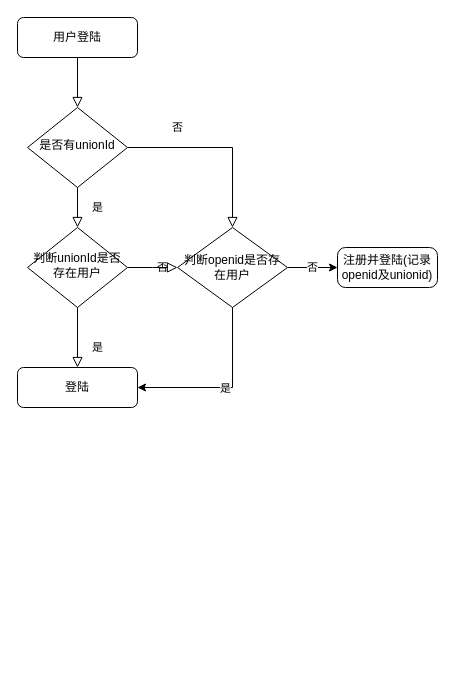
Above: Untitled Diagram.drawio in yehanming/free (draw.io), before the change. Source tidied: cells renumbered, new cells numbered last; positions are measured from the earlier drawing's top-left corner, leaving out a move shared by most shapes. Both pictures are drawn from the tidied source at 100%, with x=0, y=0 at pixel (17, 17).
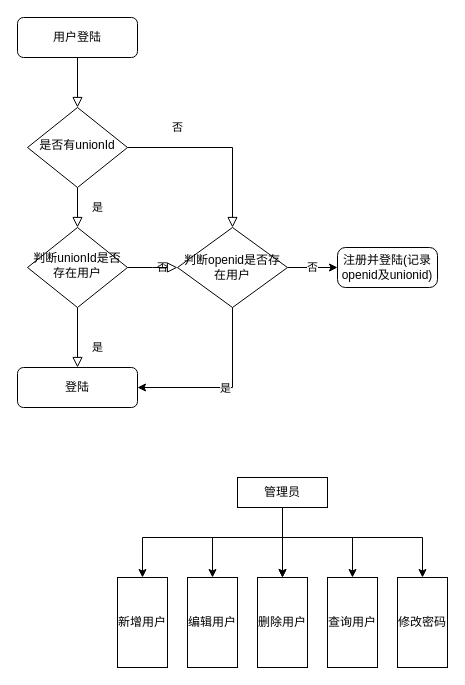
The same page after the edit.

What changed in the source:
```diff
@@
+    <mxCell id="16" style="edgeStyle=orthogonalEdgeStyle;rounded=0;jettySize=auto;html=1;exitX=0.5;exitY=1;exitDx=0;exitDy=0;entryX=0.5;entryY=0;entryDx=0;entryDy=0;" parent="1" edge="1" source="18" target="19">
+      <mxGeometry relative="1" as="geometry">
+        <Array as="points">
+          <mxPoint x="265" y="520" />
+          <mxPoint x="125" y="520" />
+        </Array>
+      </mxGeometry>
+    </mxCell>
+    <mxCell id="17" style="edgeStyle=none;rounded=0;jettySize=auto;html=1;" parent="1" edge="1" source="18" target="21">
+      <mxGeometry relative="1" as="geometry" />
+    </mxCell>
+    <mxCell id="18" value="管理员&lt;br&gt;" style="rounded=0;whiteSpace=wrap;html=1;" parent="1" vertex="1">
+      <mxGeometry x="220" y="460" width="90" height="30" as="geometry" />
+    </mxCell>
+    <mxCell id="19" value="新增用户" style="rounded=0;whiteSpace=wrap;html=1;" parent="1" vertex="1">
+      <mxGeometry x="100" y="560" width="50" height="90" as="geometry" />
+    </mxCell>
+    <mxCell id="20" value="编辑用户" style="rounded=0;whiteSpace=wrap;html=1;" parent="1" vertex="1">
+      <mxGeometry x="170" y="560" width="50" height="90" as="geometry" />
+    </mxCell>
+    <mxCell id="21" value="删除用户" style="rounded=0;whiteSpace=wrap;html=1;" parent="1" vertex="1">
+      <mxGeometry x="240" y="560" width="50" height="90" as="geometry" />
+    </mxCell>
+    <mxCell id="22" value="查询用户" style="rounded=0;whiteSpace=wrap;html=1;" parent="1" vertex="1">
+      <mxGeometry x="310" y="560" width="50" height="90" as="geometry" />
+    </mxCell>
+    <mxCell id="23" value="修改密码" style="rounded=0;whiteSpace=wrap;html=1;" parent="1" vertex="1">
+      <mxGeometry x="380" y="560" width="50" height="90" as="geometry" />
+    </mxCell>
+    <mxCell id="24" style="endArrow=classic;html=1;rounded=0;entryX=0.5;entryY=0;entryDx=0;entryDy=0;" parent="1" edge="1" target="20">
+      <mxGeometry relative="1" as="geometry">
+        <mxPoint x="195" y="520" as="sourcePoint" />
+      </mxGeometry>
+    </mxCell>
+    <mxCell id="25" style="endArrow=classic;html=1;rounded=0;entryX=0.5;entryY=0;entryDx=0;entryDy=0;" parent="1" edge="1" target="21">
+      <mxGeometry relative="1" as="geometry">
+        <mxPoint x="265" y="490" as="sourcePoint" />
+      </mxGeometry>
+    </mxCell>
+    <mxCell id="26" style="endArrow=classic;html=1;rounded=0;entryX=0.5;entryY=0;entryDx=0;entryDy=0;" parent="1" edge="1" target="22">
+      <mxGeometry relative="1" as="geometry">
+        <mxPoint x="335" y="520" as="sourcePoint" />
+      </mxGeometry>
+    </mxCell>
+    <mxCell id="27" style="endArrow=classic;html=1;rounded=0;entryX=0.5;entryY=0;entryDx=0;entryDy=0;" parent="1" edge="1" target="23">
+      <mxGeometry relative="1" as="geometry">
+        <mxPoint x="405" y="520" as="sourcePoint" />
+      </mxGeometry>
+    </mxCell>
+    <mxCell id="28" style="endArrow=none;html=1;rounded=0;" parent="1" edge="1">
+      <mxGeometry relative="1" as="geometry">
+        <mxPoint x="265" y="520" as="sourcePoint" />
+        <mxPoint x="405" y="520" as="targetPoint" />
+      </mxGeometry>
+    </mxCell>
```
